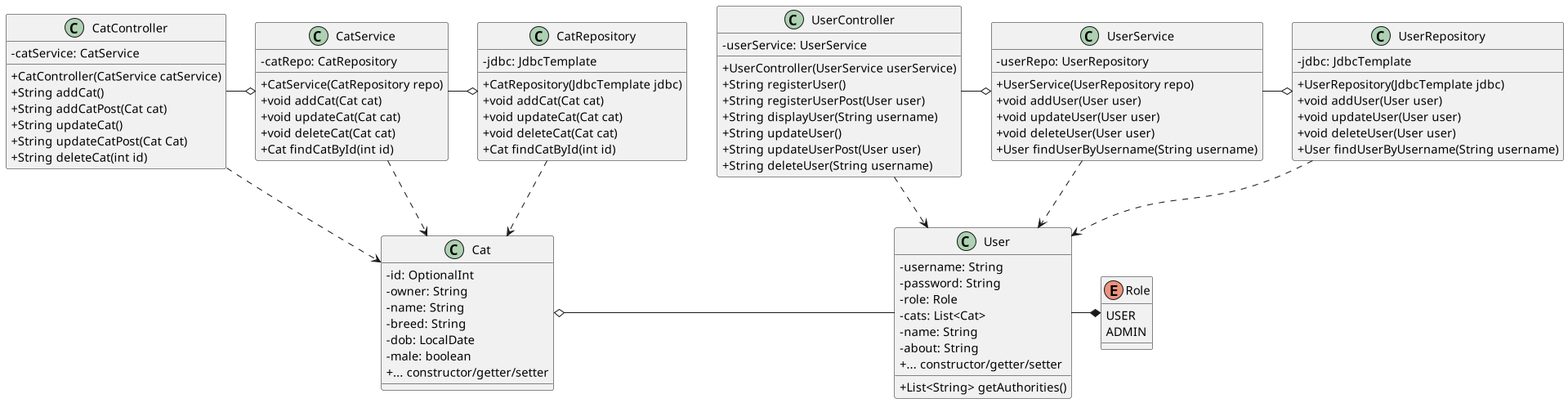
Earlier version of the PlantUML export diagram/class-diagram.png (sofush/racekat).
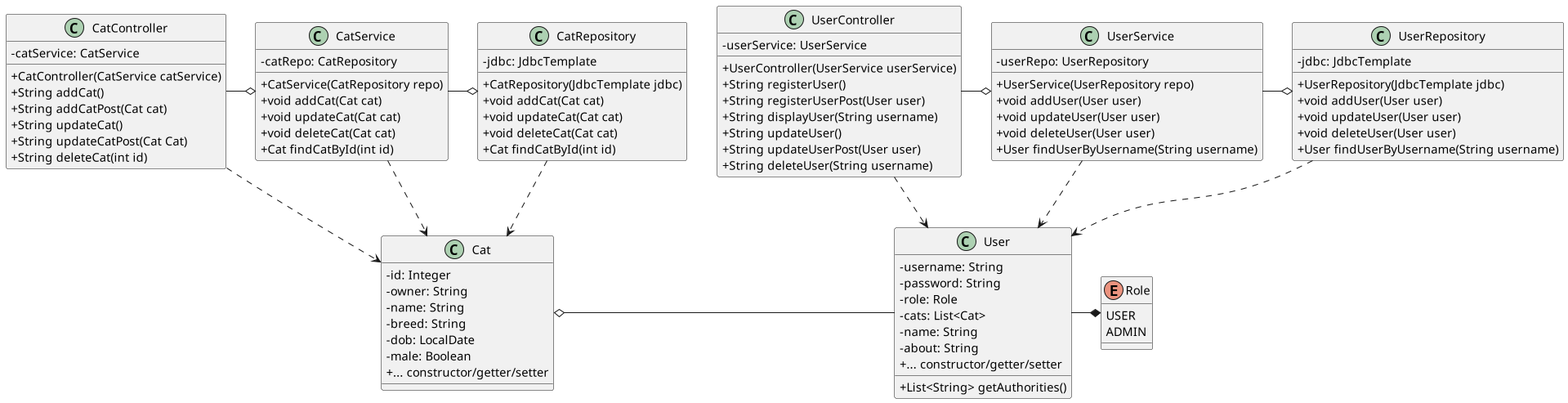
The same diagram one commit later.

Commit message:
docs: update member variable types in class diagram

Diff of the diagram source:
```diff
@@ -16,12 +16,12 @@
 	ADMIN
 }
 class Cat {
-	- id: OptionalInt
+	- id: Integer
 	- owner: String
 	- name: String
 	- breed: String
 	- dob: LocalDate
-	- male: boolean
+	- male: Boolean
 	+ ... constructor/getter/setter
 }
 class CatService {
```
